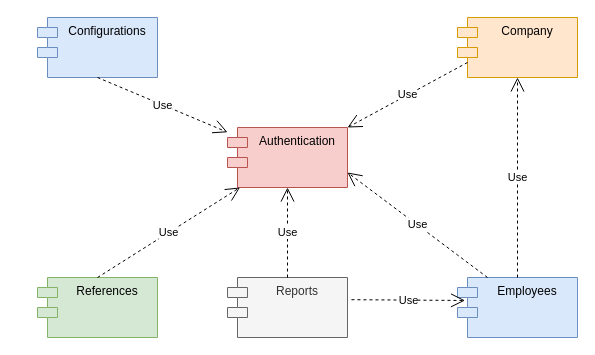
Before: page "Dependency Between Modules" (4 of 6) of docs/_diagrams/Golang-Modular-Software.drawio in ortizdavid/golang-modular-software, a draw.io diagram. Source tidied: cells renumbered, new cells numbered last; positions are measured from the earlier drawing's top-left corner, leaving out a move shared by most shapes. Both pictures are drawn from the tidied source at 100%, with x=0, y=0 at pixel (37, 17).
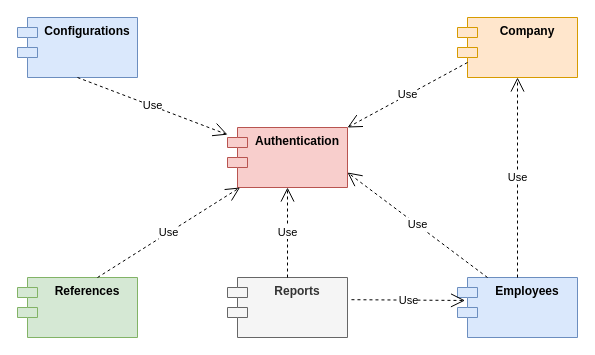
Above is the later version.

Diff of the diagram source:
```diff
@@
 <mxGraphModel>
   <root>
     <mxCell id="0" />
     <mxCell id="1" parent="0" />
-    <mxCell id="2" value="Configurations" style="shape=module;align=left;spacingLeft=20;align=center;verticalAlign=top;whiteSpace=wrap;html=1;fillColor=#dae8fc;strokeColor=#6c8ebf;" parent="1" vertex="1">
-      <mxGeometry width="120" height="60" as="geometry" />
+    <mxCell id="2" value="Configurations" style="shape=module;align=left;spacingLeft=20;align=center;verticalAlign=top;whiteSpace=wrap;html=1;fillColor=#dae8fc;strokeColor=#6c8ebf;fontStyle=1;" parent="1" vertex="1">
+      <mxGeometry x="-20" width="120" height="60" as="geometry" />
     </mxCell>
-    <mxCell id="3" value="References" style="shape=module;align=left;spacingLeft=20;align=center;verticalAlign=top;whiteSpace=wrap;html=1;fillColor=#d5e8d4;strokeColor=#82b366;" parent="1" vertex="1">
-      <mxGeometry y="260" width="120" height="60" as="geometry" />
+    <mxCell id="3" value="References" style="shape=module;align=left;spacingLeft=20;align=center;verticalAlign=top;whiteSpace=wrap;html=1;fillColor=#d5e8d4;strokeColor=#82b366;fontStyle=1;" parent="1" vertex="1">
+      <mxGeometry x="-20" y="260" width="120" height="60" as="geometry" />
     </mxCell>
-    <mxCell id="4" value="Authentication" style="shape=module;align=left;spacingLeft=20;align=center;verticalAlign=top;whiteSpace=wrap;html=1;fillColor=#f8cecc;strokeColor=#b85450;" parent="1" vertex="1">
+    <mxCell id="4" value="Authentication" style="shape=module;align=left;spacingLeft=20;align=center;verticalAlign=top;whiteSpace=wrap;html=1;fillColor=#f8cecc;strokeColor=#b85450;fontStyle=1;" parent="1" vertex="1">
       <mxGeometry x="190" y="110" width="120" height="60" as="geometry" />
     </mxCell>
-    <mxCell id="5" value="Reports" style="shape=module;align=left;spacingLeft=20;align=center;verticalAlign=top;whiteSpace=wrap;html=1;fillColor=#f5f5f5;fontColor=#333333;strokeColor=#666666;" parent="1" vertex="1">
+    <mxCell id="5" value="Reports" style="shape=module;align=left;spacingLeft=20;align=center;verticalAlign=top;whiteSpace=wrap;html=1;fillColor=#f5f5f5;fontColor=#333333;strokeColor=#666666;fontStyle=1;" parent="1" vertex="1">
       <mxGeometry x="190" y="260" width="120" height="60" as="geometry" />
     </mxCell>
-    <mxCell id="6" value="Employees" style="shape=module;align=left;spacingLeft=20;align=center;verticalAlign=top;whiteSpace=wrap;html=1;fillColor=#dae8fc;strokeColor=#6c8ebf;" parent="1" vertex="1">
+    <mxCell id="6" value="Employees" style="shape=module;align=left;spacingLeft=20;align=center;verticalAlign=top;whiteSpace=wrap;html=1;fillColor=#dae8fc;strokeColor=#6c8ebf;fontStyle=1;" parent="1" vertex="1">
       <mxGeometry x="420" y="260" width="120" height="60" as="geometry" />
     </mxCell>
-    <mxCell id="7" value="Company" style="shape=module;align=left;spacingLeft=20;align=center;verticalAlign=top;whiteSpace=wrap;html=1;fillColor=#ffe6cc;strokeColor=#d79b00;" parent="1" vertex="1">
+    <mxCell id="7" value="Company" style="shape=module;align=left;spacingLeft=20;align=center;verticalAlign=top;whiteSpace=wrap;html=1;fillColor=#ffe6cc;strokeColor=#d79b00;fontStyle=1;" parent="1" vertex="1">
       <mxGeometry x="420" width="120" height="60" as="geometry" />
     </mxCell>
     <mxCell id="8" value="Use" style="endArrow=open;endSize=12;dashed=1;html=1;rounded=0;entryX=0.5;entryY=1;entryDx=0;entryDy=0;exitX=0.5;exitY=0;exitDx=0;exitDy=0;" parent="1" edge="1" source="6" target="7">
       <mxGeometry relative="1" as="geometry" />
     </mxCell>
     <mxCell id="9" value="Use" style="endArrow=open;endSize=12;dashed=1;html=1;rounded=0;entryX=1;entryY=0.75;entryDx=0;entryDy=0;exitX=0.25;exitY=0;exitDx=0;exitDy=0;" parent="1" edge="1" source="6" target="4">
       <mxGeometry relative="1" as="geometry" />
     </mxCell>
     <mxCell id="10" value="Use" style="endArrow=open;endSize=12;dashed=1;html=1;rounded=0;entryX=1;entryY=0;entryDx=0;entryDy=0;exitX=0;exitY=0.75;exitDx=10;exitDy=0;exitPerimeter=0;" parent="1" edge="1" source="7" target="4">
       <mxGeometry relative="1" as="geometry" />
     </mxCell>
     <mxCell id="11" value="Use" style="endArrow=open;endSize=12;dashed=1;html=1;rounded=0;exitX=1.033;exitY=0.37;exitDx=0;exitDy=0;entryX=0.063;entryY=0.383;entryDx=0;entryDy=0;entryPerimeter=0;exitPerimeter=0;" parent="1" edge="1" source="5" target="6">
       <mxGeometry relative="1" as="geometry" />
     </mxCell>
     <mxCell id="12" value="Use" style="endArrow=open;endSize=12;dashed=1;html=1;rounded=0;exitX=0.5;exitY=0;exitDx=0;exitDy=0;entryX=0.5;entryY=1;entryDx=0;entryDy=0;" parent="1" edge="1" source="5" target="4">
       <mxGeometry relative="1" as="geometry" />
     </mxCell>
     <mxCell id="13" value="Use" style="endArrow=open;endSize=12;dashed=1;html=1;rounded=0;" parent="1" edge="1" target="4">
       <mxGeometry relative="1" as="geometry">
         <mxPoint x="60" y="260" as="sourcePoint" />
       </mxGeometry>
     </mxCell>
     <mxCell id="14" value="Use" style="endArrow=open;endSize=12;dashed=1;html=1;rounded=0;exitX=0.5;exitY=1;exitDx=0;exitDy=0;" parent="1" edge="1" source="2" target="4">
       <mxGeometry relative="1" as="geometry" />
     </mxCell>
   </root>
 </mxGraphModel>
```
